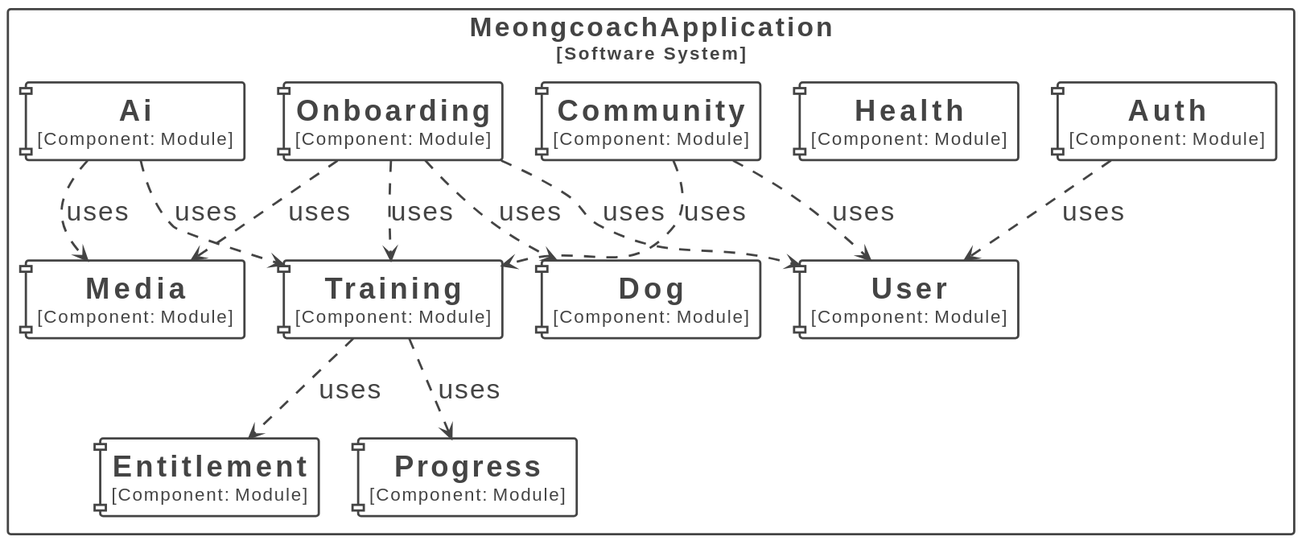
DaeSaBu/meongcoach-BE keeps this PlantUML diagram as docs/images/module-dependencies.svg. Above is the earlier version.
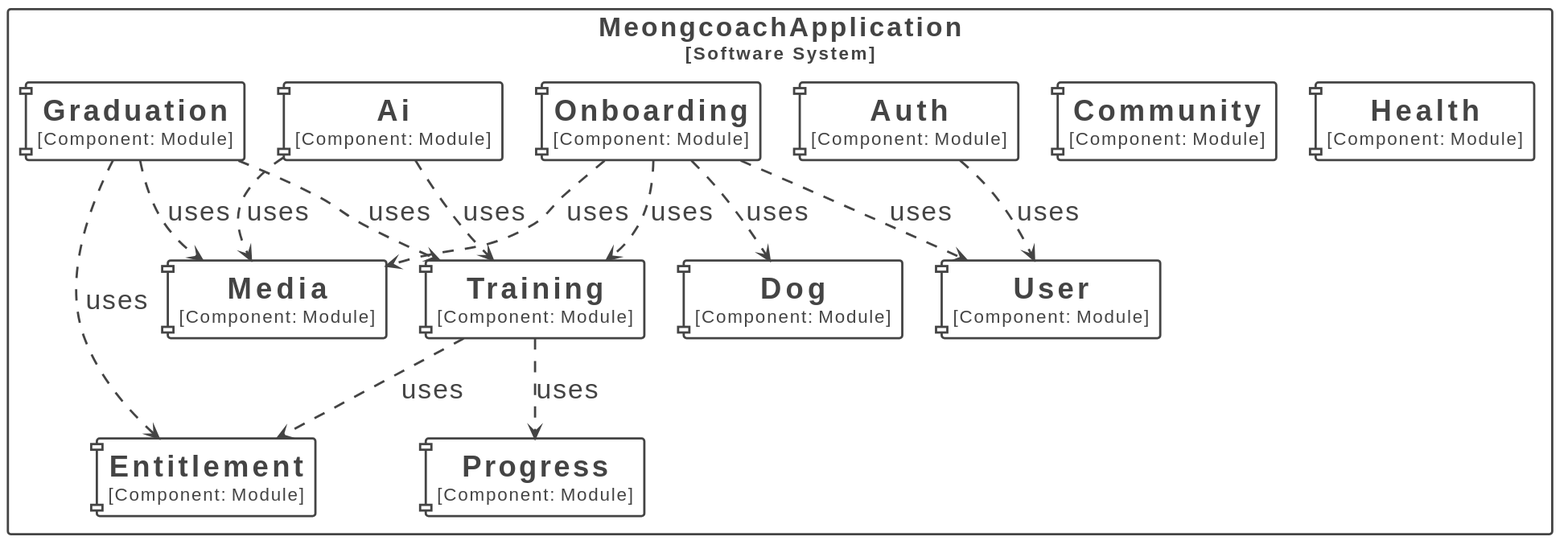
Later version of the same file.

Commit message:
docs: graduation 모듈을 모듈 의존 다이어그램에 추가

Change to the diagram source:
```diff
@@ -46,28 +46,30 @@
 </style>
 
 rectangle "MeongcoachApplication\n<size:16>[Software System]</size>" <<Boundary-TWVvbmdjb2FjaEFwcGxpY2F0aW9u>> {
+  component "==Auth\n<size:16>[Component: Module]</size>" <<Element-RWxlbWVudCxDb21wb25lbnQ=>> as MeongcoachApplication.MeongcoachApplication.Auth
   component "==Training\n<size:16>[Component: Module]</size>" <<Element-RWxlbWVudCxDb21wb25lbnQ=>> as MeongcoachApplication.MeongcoachApplication.Training
   component "==Ai\n<size:16>[Component: Module]</size>" <<Element-RWxlbWVudCxDb21wb25lbnQ=>> as MeongcoachApplication.MeongcoachApplication.Ai
+  component "==Graduation\n<size:16>[Component: Module]</size>" <<Element-RWxlbWVudCxDb21wb25lbnQ=>> as MeongcoachApplication.MeongcoachApplication.Graduation
+  component "==Onboarding\n<size:16>[Component: Module]</size>" <<Element-RWxlbWVudCxDb21wb25lbnQ=>> as MeongcoachApplication.MeongcoachApplication.Onboarding
   component "==Community\n<size:16>[Component: Module]</size>" <<Element-RWxlbWVudCxDb21wb25lbnQ=>> as MeongcoachApplication.MeongcoachApplication.Community
-  component "==Onboarding\n<size:16>[Component: Module]</size>" <<Element-RWxlbWVudCxDb21wb25lbnQ=>> as MeongcoachApplication.MeongcoachApplication.Onboarding
   component "==Dog\n<size:16>[Component: Module]</size>" <<Element-RWxlbWVudCxDb21wb25lbnQ=>> as MeongcoachApplication.MeongcoachApplication.Dog
   component "==Entitlement\n<size:16>[Component: Module]</size>" <<Element-RWxlbWVudCxDb21wb25lbnQ=>> as MeongcoachApplication.MeongcoachApplication.Entitlement
   component "==Health\n<size:16>[Component: Module]</size>" <<Element-RWxlbWVudCxDb21wb25lbnQ=>> as MeongcoachApplication.MeongcoachApplication.Health
   component "==Media\n<size:16>[Component: Module]</size>" <<Element-RWxlbWVudCxDb21wb25lbnQ=>> as MeongcoachApplication.MeongcoachApplication.Media
   component "==Progress\n<size:16>[Component: Module]</size>" <<Element-RWxlbWVudCxDb21wb25lbnQ=>> as MeongcoachApplication.MeongcoachApplication.Progress
   component "==User\n<size:16>[Component: Module]</size>" <<Element-RWxlbWVudCxDb21wb25lbnQ=>> as MeongcoachApplication.MeongcoachApplication.User
-  component "==Auth\n<size:16>[Component: Module]</size>" <<Element-RWxlbWVudCxDb21wb25lbnQ=>> as MeongcoachApplication.MeongcoachApplication.Auth
 }
 
-MeongcoachApplication.MeongcoachApplication.Community --> MeongcoachApplication.MeongcoachApplication.User <<Relationship-UmVsYXRpb25zaGlw>> : "uses"
-MeongcoachApplication.MeongcoachApplication.Community --> MeongcoachApplication.MeongcoachApplication.Training <<Relationship-UmVsYXRpb25zaGlw>> : "uses"
 MeongcoachApplication.MeongcoachApplication.Training --> MeongcoachApplication.MeongcoachApplication.Progress <<Relationship-UmVsYXRpb25zaGlw>> : "uses"
 MeongcoachApplication.MeongcoachApplication.Training --> MeongcoachApplication.MeongcoachApplication.Entitlement <<Relationship-UmVsYXRpb25zaGlw>> : "uses"
+MeongcoachApplication.MeongcoachApplication.Graduation --> MeongcoachApplication.MeongcoachApplication.Training <<Relationship-UmVsYXRpb25zaGlw>> : "uses"
+MeongcoachApplication.MeongcoachApplication.Graduation --> MeongcoachApplication.MeongcoachApplication.Media <<Relationship-UmVsYXRpb25zaGlw>> : "uses"
+MeongcoachApplication.MeongcoachApplication.Graduation --> MeongcoachApplication.MeongcoachApplication.Entitlement <<Relationship-UmVsYXRpb25zaGlw>> : "uses"
 MeongcoachApplication.MeongcoachApplication.Ai --> MeongcoachApplication.MeongcoachApplication.Training <<Relationship-UmVsYXRpb25zaGlw>> : "uses"
 MeongcoachApplication.MeongcoachApplication.Ai --> MeongcoachApplication.MeongcoachApplication.Media <<Relationship-UmVsYXRpb25zaGlw>> : "uses"
+MeongcoachApplication.MeongcoachApplication.Auth --> MeongcoachApplication.MeongcoachApplication.User <<Relationship-UmVsYXRpb25zaGlw>> : "uses"
 MeongcoachApplication.MeongcoachApplication.Onboarding --> MeongcoachApplication.MeongcoachApplication.User <<Relationship-UmVsYXRpb25zaGlw>> : "uses"
 MeongcoachApplication.MeongcoachApplication.Onboarding --> MeongcoachApplication.MeongcoachApplication.Dog <<Relationship-UmVsYXRpb25zaGlw>> : "uses"
 MeongcoachApplication.MeongcoachApplication.Onboarding --> MeongcoachApplication.MeongcoachApplication.Media <<Relationship-UmVsYXRpb25zaGlw>> : "uses"
 MeongcoachApplication.MeongcoachApplication.Onboarding --> MeongcoachApplication.MeongcoachApplication.Training <<Relationship-UmVsYXRpb25zaGlw>> : "uses"
-MeongcoachApplication.MeongcoachApplication.Auth --> MeongcoachApplication.MeongcoachApplication.User <<Relationship-UmVsYXRpb25zaGlw>> : "uses"
 @enduml
```
